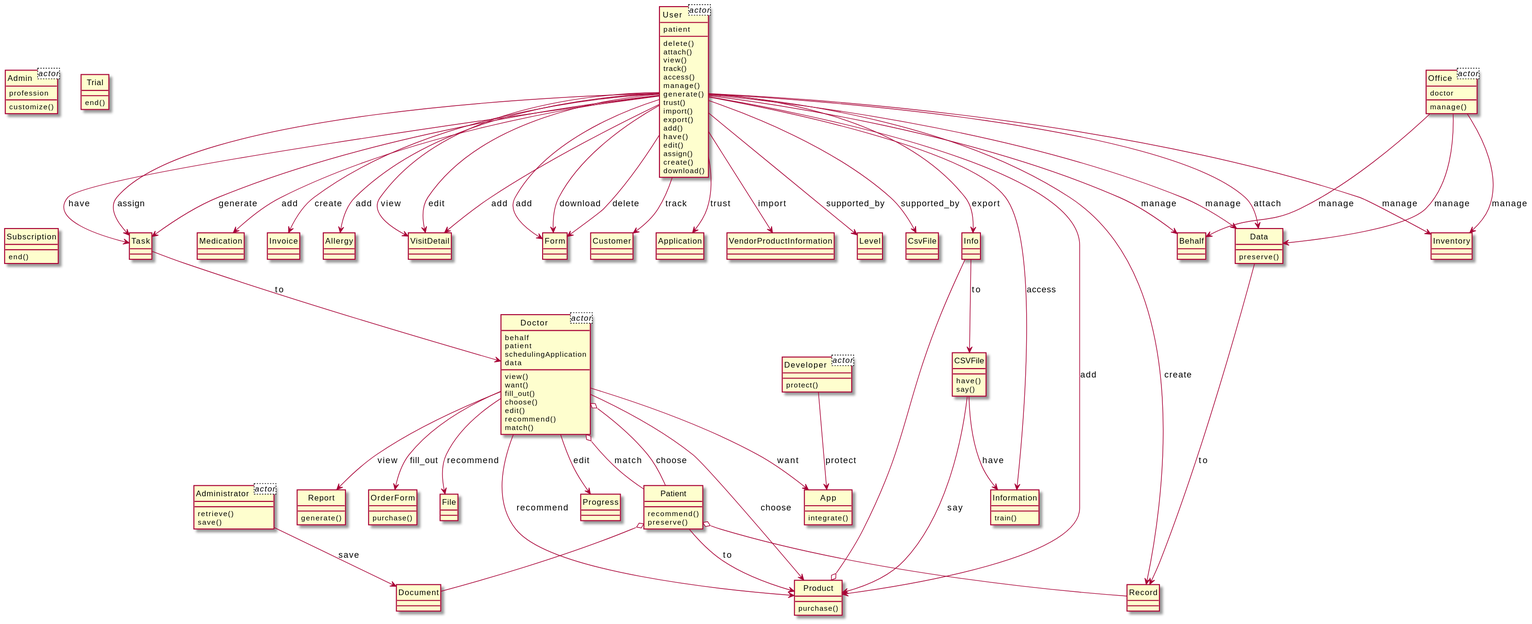
Earlier version of the PlantUML export output/diagram_5/2018-USC-Project04.svg (xixixhalu/DomainModelExtractor).
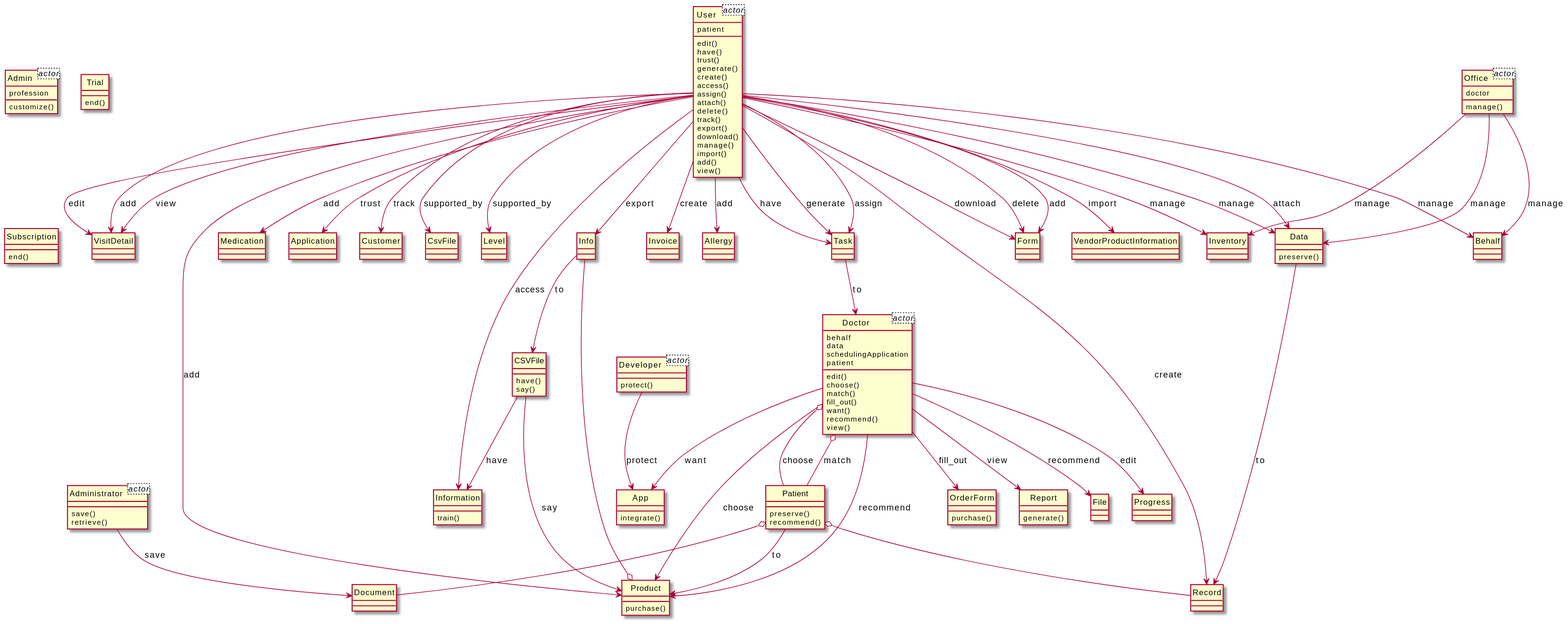
The same diagram one commit later.

What changed in the source:
```diff
@@ -8,9 +8,9 @@
 }
 class Doctor<actor> {
 	behalf
+	data
+	schedulingApplication
 	patient
-	schedulingApplication
-	data
 }
 class Admin<actor> {
 	profession
@@ -19,160 +19,160 @@
 }
 class Developer<actor> {
 }
-class Info {
+class Document {
 }
 class Record {
 }
-class Document {
+class Info {
+}
+class App {
+	integrate()
+}
+class Office {
+	manage()
+}
+class Data {
+	preserve()
 }
 class User {
+	edit()
+	have()
+	trust()
+	generate()
+	create()
+	access()
+	assign()
+	attach()
 	delete()
-	attach()
+	track()
+	export()
+	download()
+	manage()
+	import()
+	add()
 	view()
-	track()
-	access()
-	manage()
-	generate()
-	trust()
-	import()
-	export()
-	add()
-	have()
+}
+class Invoice {
+}
+class Allergy {
+}
+class Administrator {
+	save()
+	retrieve()
+}
+class Developer {
+	protect()
+}
+class Doctor {
 	edit()
-	assign()
-	create()
-	download()
+	choose()
+	match()
+	fill_out()
+	want()
+	recommend()
+	view()
+}
+class Task {
+}
+class Form {
+}
+class File {
+}
+class VendorProductInformation {
+}
+class Progress {
+}
+class Product {
+	purchase()
+}
+class Patient {
+	preserve()
+	recommend()
+}
+class VisitDetail {
+}
+class Admin {
+	customize()
+}
+class Information {
+	train()
+}
+class Behalf {
 }
 class Medication {
 }
-class Behalf {
+class OrderForm {
+	purchase()
+}
+class Inventory {
 }
 class CSVFile {
 	have()
 	say()
 }
-class Product {
-	purchase()
-}
-class Doctor {
-	view()
-	want()
-	fill_out()
-	choose()
-	edit()
-	recommend()
-	match()
+class Trial {
+	end()
 }
 class Report {
 	generate()
 }
-class Invoice {
+class Application {
 }
-class Data {
-	preserve()
-}
-class Admin {
-	customize()
-}
-class App {
-	integrate()
-}
-class Patient {
-	recommend()
-	preserve()
-}
-class Information {
-	train()
-}
-class Allergy {
-}
-class Administrator {
-	retrieve()
-	save()
-}
-class Developer {
-	protect()
-}
-class Task {
-}
-class Office {
-	manage()
-}
-class VisitDetail {
-}
-class OrderForm {
-	purchase()
-}
-class File {
-}
-class Progress {
-}
-class Form {
-}
-class Inventory {
-}
-class Trial {
-	end()
+class Customer {
 }
 class Subscription {
 	end()
 }
-class Customer {
-}
-class Application {
-}
-class VendorProductInformation {
+class CsvFile {
 }
 class Level {
 }
-class CsvFile {
-}
+Office --> Inventory : manage
+Patient o-- Document
+User --> Invoice : create
+User --> Inventory : manage
+User --> CsvFile : supported_by
+User --> Product : add
+User --> Allergy : add
+Info --> CSVFile : to
+CSVFile --> Information : have
+Task --> Doctor : to
+User --> VisitDetail : view
+Patient --> Product : to
+Administrator --> Document : save
+User --> Task : assign
+Data --> Record : to
+User --> Record : create
+CSVFile --> Product : say
+User --> VisitDetail : edit
+User --> Level : supported_by
+User --> Data : manage
+Doctor --> Product : recommend
 Product o-- Info
-User --> Inventory : manage
-User --> Product : add
-Task --> Doctor : to
-CSVFile --> Product : say
-Patient o-- Document
-User --> VisitDetail : view
-Patient o-- Record
-Administrator --> Document : save
-Doctor o-- Patient : choose
-Patient --> Product : to
 Doctor --> Report : view
+User --> Information : access
+User --> Task : have
+User --> Form : delete
+User --> Task : generate
+Office --> Behalf : manage
+User --> Application : trust
 User --> Form : add
-Doctor --> Product : choose
-Data --> Record : to
-Doctor --> Product : recommend
-User --> CsvFile : supported_by
-User --> Invoice : create
-User --> Data : manage
-Doctor --> File : recommend
-Info --> CSVFile : to
-User --> Customer : track
-User --> Task : have
-User --> Info : export
-User --> Application : trust
-Doctor o-- Patient : match
-User --> Information : access
-Doctor --> Progress : edit
-User --> VisitDetail : edit
-User --> VendorProductInformation : import
-User --> Record : create
-User --> Allergy : add
-User --> Data : attach
-User --> Task : assign
-CSVFile --> Information : have
-Doctor --> OrderForm : fill_out
-Office --> Data : manage
-User --> Form : download
 User --> VisitDetail : add
 User --> Medication : add
-User --> Form : delete
+Doctor --> File : recommend
+User --> Customer : track
+User --> Data : attach
+Doctor --> Progress : edit
+User --> Behalf : manage
+Doctor o-- Patient : match
+User --> Form : download
+Doctor --> OrderForm : fill_out
+User --> VendorProductInformation : import
+Doctor o-- Patient : choose
 Developer --> App : protect
-Office --> Inventory : manage
+User --> Info : export
+Office --> Data : manage
+Doctor --> Product : choose
 Doctor --> App : want
-User --> Level : supported_by
-User --> Task : generate
-User --> Behalf : manage
-Office --> Behalf : manage
+Patient o-- Record
 @enduml
```
